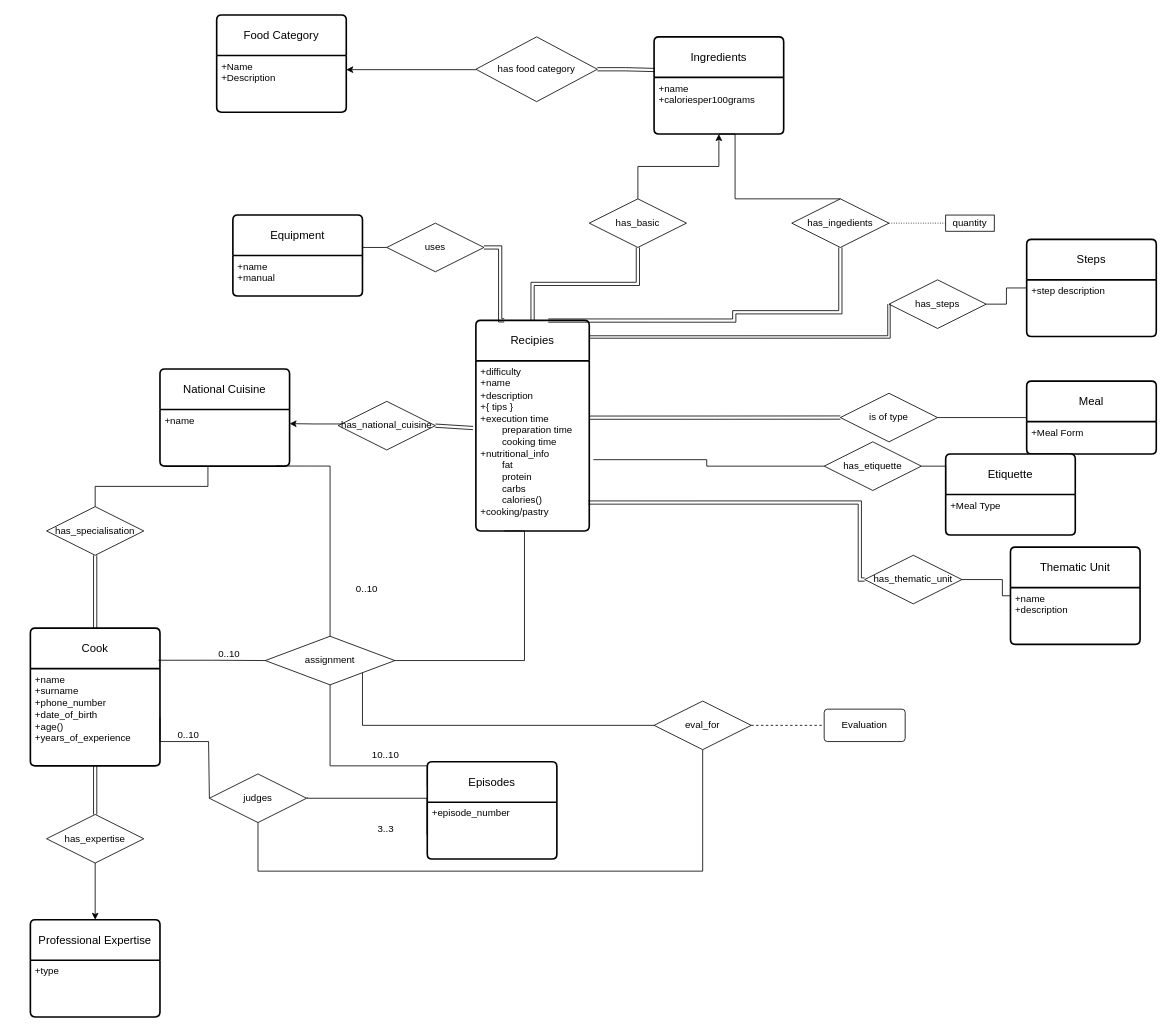
This is Schemata/ER_Diagram.drawio from konstantinosk31/Databases-I-NTUA, a draw.io file, before an edit. Source tidied: cells renumbered, new cells numbered last; positions are measured from the earlier drawing's top-left corner, leaving out a move shared by most shapes. Both pictures are drawn from the tidied source at 81%, with x=0, y=0 at pixel (30, 15).
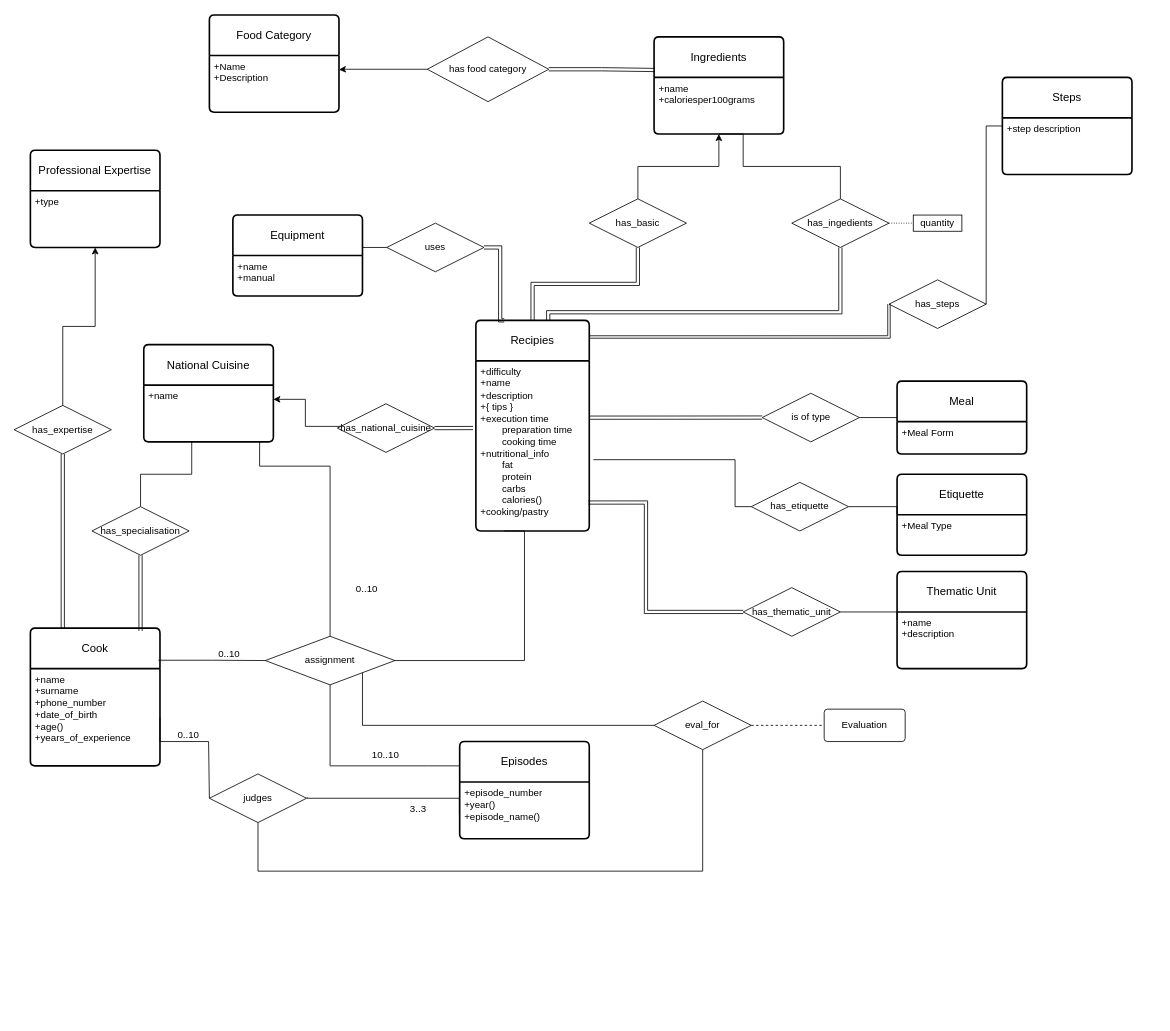
After the change.

Commit message (it also covers changes not shown here):
Removed old ER diagram

Unchanged cells that the change refers to:
```xml
<mxCell id="2" value="Recipies" style="swimlane;horizontal=1;startSize=50;rounded=1;fontSize=14;fontStyle=0;strokeWidth=2;shadow=0;dashed=0;align=center;arcSize=4;whiteSpace=wrap;html=1;" parent="1" vertex="1">
  <mxGeometry x="550" y="377" width="140" height="260" as="geometry" />
</mxCell>
<mxCell id="3" value="&lt;div&gt;+difficulty&lt;/div&gt;&lt;div&gt;+name&lt;/div&gt;&lt;div&gt;+description&lt;/div&gt;&lt;div&gt;+{ tips }&lt;br&gt;&lt;/div&gt;&lt;div&gt;+execution time&lt;/div&gt;&lt;div&gt;&lt;span style=&quot;white-space: pre;&quot;&gt;&#9;&lt;/span&gt;preparation time&lt;br&gt;&lt;/div&gt;&lt;div&gt;&lt;span style=&quot;white-space: pre;&quot;&gt;&#9;&lt;/span&gt;cooking time&lt;br&gt;&lt;/div&gt;&lt;div&gt;+nutritional_info&lt;/div&gt;&lt;div&gt;&lt;span style=&quot;white-space: pre;&quot;&gt;&#9;&lt;/span&gt;fat&lt;br&gt;&lt;/div&gt;&lt;div&gt;&lt;span style=&quot;white-space: pre;&quot;&gt;&lt;span style=&quot;white-space: pre;&quot;&gt;&#9;&lt;/span&gt;protein&#9;&lt;/span&gt;&lt;/div&gt;&lt;div&gt;&lt;span style=&quot;white-space: pre;&quot;&gt;&#9;&lt;/span&gt;carbs&lt;br&gt;&lt;/div&gt;&lt;div&gt;&lt;span style=&quot;white-space: pre;&quot;&gt;&#9;&lt;/span&gt;calories()&lt;br&gt;&lt;/div&gt;&lt;div&gt;+cooking/pastry&lt;/div&gt;" style="align=left;strokeColor=none;fillColor=none;spacingLeft=4;fontSize=12;verticalAlign=top;html=1;" parent="2" vertex="1">
  <mxGeometry y="50" width="140" height="210" as="geometry" />
</mxCell>
<mxCell id="15" value="has_steps" style="shape=rhombus;perimeter=rhombusPerimeter;whiteSpace=wrap;html=1;align=center;" parent="1" vertex="1">
  <mxGeometry x="1060" y="327" width="120" height="60" as="geometry" />
</mxCell>
<mxCell id="21" value="+name&lt;div&gt;+caloriesper100grams&lt;/div&gt;" style="align=left;strokeColor=none;fillColor=none;spacingLeft=4;fontSize=12;verticalAlign=top;html=1;" parent="20" vertex="1">
  <mxGeometry y="50" width="160" height="70" as="geometry" />
</mxCell>
<mxCell id="22" value="has_ingedients" style="shape=rhombus;perimeter=rhombusPerimeter;whiteSpace=wrap;html=1;align=center;" parent="1" vertex="1">
  <mxGeometry x="940" y="227" width="120" height="60" as="geometry" />
</mxCell>
<mxCell id="35" value="Cook" style="swimlane;horizontal=1;startSize=50;rounded=1;fontSize=14;fontStyle=0;strokeWidth=2;shadow=0;dashed=0;align=center;arcSize=4;whiteSpace=wrap;html=1;" parent="1" vertex="1">
  <mxGeometry y="757" width="160" height="170" as="geometry" />
</mxCell>
<mxCell id="36" value="+name&lt;div&gt;+surname&lt;/div&gt;&lt;div&gt;+phone_number&lt;/div&gt;&lt;div&gt;+date_of_birth&lt;/div&gt;&lt;div&gt;+age()&lt;/div&gt;&lt;div&gt;+years_of_experience&lt;/div&gt;" style="align=left;strokeColor=none;fillColor=none;spacingLeft=4;fontSize=12;verticalAlign=top;html=1;" parent="35" vertex="1">
  <mxGeometry y="50" width="160" height="120" as="geometry" />
</mxCell>
<mxCell id="38" value="+name" style="align=left;strokeColor=none;fillColor=none;spacingLeft=4;fontSize=12;verticalAlign=top;html=1;" parent="37" vertex="1">
  <mxGeometry y="50" width="160" height="70" as="geometry" />
</mxCell>
<mxCell id="46" value="+type" style="align=left;strokeColor=none;fillColor=none;spacingLeft=4;fontSize=12;verticalAlign=top;html=1;" parent="45" vertex="1">
  <mxGeometry y="50" width="160" height="70" as="geometry" />
</mxCell>
```

Diff of the diagram source:
```diff
@@
     <mxCell id="4" value="Meal" style="swimlane;horizontal=1;startSize=50;rounded=1;fontSize=14;fontStyle=0;strokeWidth=2;shadow=0;dashed=0;align=center;arcSize=4;whiteSpace=wrap;html=1;" parent="1" vertex="1">
-      <mxGeometry x="1230" y="452" width="160" height="90" as="geometry" />
+      <mxGeometry x="1070" y="452" width="160" height="90" as="geometry" />
     </mxCell>
@@
     <mxCell id="6" value="is of type" style="shape=rhombus;perimeter=rhombusPerimeter;whiteSpace=wrap;html=1;align=center;" parent="1" vertex="1">
-      <mxGeometry x="1000" y="467" width="120" height="60" as="geometry" />
+      <mxGeometry x="903.5" y="467" width="120" height="60" as="geometry" />
     </mxCell>
@@
     <mxCell id="12" value="Steps" style="swimlane;horizontal=1;startSize=50;rounded=1;fontSize=14;fontStyle=0;strokeWidth=2;shadow=0;dashed=0;align=center;arcSize=4;whiteSpace=wrap;html=1;" parent="1" vertex="1">
-      <mxGeometry x="1230" y="277" width="160" height="120" as="geometry" />
+      <mxGeometry x="1200" y="77" width="160" height="120" as="geometry" />
     </mxCell>
@@
     <mxCell id="16" style="endArrow=none;html=1;rounded=0;entryX=0;entryY=0.5;entryDx=0;entryDy=0;exitX=1;exitY=0.5;exitDx=0;exitDy=0;edgeStyle=orthogonalEdgeStyle;" parent="1" edge="1" source="15" target="12">
-      <mxGeometry relative="1" as="geometry" />
+      <mxGeometry relative="1" as="geometry">
+        <Array as="points">
+          <mxPoint x="1180" y="137" />
+        </Array>
+      </mxGeometry>
     </mxCell>
@@
     <mxCell id="23" style="endArrow=none;html=1;rounded=0;edgeStyle=orthogonalEdgeStyle;exitX=0.5;exitY=1;exitDx=0;exitDy=0;entryX=0.638;entryY=0.001;entryDx=0;entryDy=0;entryPerimeter=0;shape=link;" parent="1" edge="1" source="22" target="2">
       <mxGeometry relative="1" as="geometry">
         <Array as="points">
           <mxPoint x="1000" y="367" />
-          <mxPoint x="869" y="367" />
+          <mxPoint x="639" y="367" />
         </Array>
       </mxGeometry>
     </mxCell>
     <mxCell id="24" style="endArrow=none;html=1;rounded=0;exitX=0.5;exitY=1;exitDx=0;exitDy=0;entryX=0.5;entryY=0;entryDx=0;entryDy=0;edgeStyle=orthogonalEdgeStyle;" parent="1" edge="1" source="21" target="22">
       <mxGeometry relative="1" as="geometry">
         <Array as="points">
-          <mxPoint x="870" y="147" />
+          <mxPoint x="880" y="147" />
+          <mxPoint x="880" y="187" />
+          <mxPoint x="1000" y="187" />
         </Array>
       </mxGeometry>
     </mxCell>
@@
     <mxCell id="26" value="quantity" style="rounded=0;whiteSpace=wrap;html=1;" parent="1" vertex="1">
-      <mxGeometry x="1130" y="247" width="60" height="20" as="geometry" />
+      <mxGeometry x="1090" y="247" width="60" height="20" as="geometry" />
     </mxCell>
     <mxCell id="27" value="Food Category" style="swimlane;horizontal=1;startSize=50;rounded=1;fontSize=14;fontStyle=0;strokeWidth=2;shadow=0;dashed=0;align=center;arcSize=4;whiteSpace=wrap;html=1;" parent="1" vertex="1">
-      <mxGeometry x="230" width="160" height="120" as="geometry" />
+      <mxGeometry x="221" width="160" height="120" as="geometry" />
     </mxCell>
@@
     <mxCell id="30" value="has food category" style="shape=rhombus;perimeter=rhombusPerimeter;whiteSpace=wrap;html=1;align=center;" parent="1" vertex="1">
-      <mxGeometry x="550" y="27" width="150" height="80" as="geometry" />
+      <mxGeometry x="490" y="27" width="150" height="80" as="geometry" />
     </mxCell>
@@
     <mxCell id="37" value="National Cuisine" style="swimlane;horizontal=1;startSize=50;rounded=1;fontSize=14;fontStyle=0;strokeWidth=2;shadow=0;dashed=0;align=center;arcSize=4;whiteSpace=wrap;html=1;" parent="1" vertex="1">
-      <mxGeometry x="160" y="437" width="160" height="120" as="geometry" />
+      <mxGeometry x="140" y="407" width="160" height="120" as="geometry" />
     </mxCell>
@@
-    <mxCell id="39" style="edgeStyle=orthogonalEdgeStyle;rounded=0;jettySize=auto;html=1;entryX=1;entryY=0.25;entryDx=0;entryDy=0;exitX=0.086;exitY=0.465;exitDx=0;exitDy=0;exitPerimeter=0;" parent="1" edge="1" source="40" target="38">
+    <mxCell id="39" style="rounded=0;jettySize=auto;html=1;entryX=1;entryY=0.25;entryDx=0;entryDy=0;exitX=0.086;exitY=0.465;exitDx=0;exitDy=0;exitPerimeter=0;edgeStyle=orthogonalEdgeStyle;" parent="1" edge="1" source="40" target="38">
       <mxGeometry relative="1" as="geometry" />
     </mxCell>
     <mxCell id="40" value="has_national_cuisine" style="shape=rhombus;perimeter=rhombusPerimeter;whiteSpace=wrap;html=1;align=center;" parent="1" vertex="1">
-      <mxGeometry x="380" y="477" width="120" height="60" as="geometry" />
+      <mxGeometry x="379" y="480" width="120" height="60" as="geometry" />
     </mxCell>
@@
     <mxCell id="42" value="has_specialisation" style="shape=rhombus;perimeter=rhombusPerimeter;whiteSpace=wrap;html=1;align=center;" parent="1" vertex="1">
-      <mxGeometry x="20" y="607" width="120" height="60" as="geometry" />
+      <mxGeometry x="76" y="607" width="120" height="60" as="geometry" />
     </mxCell>
-    <mxCell id="43" style="endArrow=none;html=1;rounded=0;exitX=0.5;exitY=0;exitDx=0;exitDy=0;entryX=0.5;entryY=1;entryDx=0;entryDy=0;shape=link;" parent="1" edge="1" source="35" target="42">
+    <mxCell id="43" style="endArrow=none;html=1;rounded=0;exitX=0.85;exitY=0.02;exitDx=0;exitDy=0;entryX=0.5;entryY=1;entryDx=0;entryDy=0;shape=link;exitPerimeter=0;" parent="1" edge="1" source="35" target="42">
       <mxGeometry relative="1" as="geometry" />
     </mxCell>
@@
     <mxCell id="45" value="Professional Expertise" style="swimlane;horizontal=1;startSize=50;rounded=1;fontSize=14;fontStyle=0;strokeWidth=2;shadow=0;dashed=0;align=center;arcSize=4;whiteSpace=wrap;html=1;" parent="1" vertex="1">
-      <mxGeometry y="1117" width="160" height="120" as="geometry" />
+      <mxGeometry y="167" width="160" height="120" as="geometry" />
     </mxCell>
@@
-    <mxCell id="47" style="edgeStyle=orthogonalEdgeStyle;rounded=0;jettySize=auto;html=1;exitX=0.5;exitY=1;exitDx=0;exitDy=0;entryX=0.5;entryY=0;entryDx=0;entryDy=0;" parent="1" edge="1" source="48" target="45">
-      <mxGeometry relative="1" as="geometry">
-        <Array as="points">
-          <mxPoint x="80" y="1117" />
-          <mxPoint x="80" y="1117" />
-        </Array>
-      </mxGeometry>
+    <mxCell id="47" style="rounded=0;jettySize=auto;html=1;exitX=0.5;exitY=0;exitDx=0;exitDy=0;entryX=0.5;entryY=1;entryDx=0;entryDy=0;edgeStyle=orthogonalEdgeStyle;" parent="1" edge="1" source="48" target="46">
+      <mxGeometry relative="1" as="geometry" />
     </mxCell>
     <mxCell id="48" value="has_expertise" style="shape=rhombus;perimeter=rhombusPerimeter;whiteSpace=wrap;html=1;align=center;" parent="1" vertex="1">
-      <mxGeometry x="20" y="987" width="120" height="60" as="geometry" />
+      <mxGeometry x="-20" y="482" width="120" height="60" as="geometry" />
     </mxCell>
-    <mxCell id="49" style="endArrow=none;html=1;rounded=0;exitX=0.5;exitY=1;exitDx=0;exitDy=0;entryX=0.5;entryY=0;entryDx=0;entryDy=0;shape=link;" parent="1" edge="1" source="36" target="48">
+    <mxCell id="49" style="endArrow=none;html=1;rounded=0;exitX=0.25;exitY=0;exitDx=0;exitDy=0;shape=link;entryX=0.5;entryY=1;entryDx=0;entryDy=0;" parent="1" edge="1" source="35" target="48">
       <mxGeometry relative="1" as="geometry" />
     </mxCell>
     <mxCell id="50" value="Episodes" style="swimlane;horizontal=1;startSize=50;rounded=1;fontSize=14;fontStyle=0;strokeWidth=2;shadow=0;dashed=0;align=center;arcSize=4;whiteSpace=wrap;html=1;" parent="1" vertex="1">
-      <mxGeometry x="490" y="922" width="160" height="120" as="geometry" />
+      <mxGeometry x="530" y="897" width="160" height="120" as="geometry" />
     </mxCell>
-    <mxCell id="51" value="+episode_number" style="align=left;strokeColor=none;fillColor=none;spacingLeft=4;fontSize=12;verticalAlign=top;html=1;" parent="50" vertex="1">
+    <mxCell id="51" value="&lt;div&gt;+episode_number&lt;/div&gt;&lt;div&gt;+year()&lt;br&gt;+episode_name()&lt;br&gt;&lt;/div&gt;" style="align=left;strokeColor=none;fillColor=none;spacingLeft=4;fontSize=12;verticalAlign=top;html=1;" parent="50" vertex="1">
       <mxGeometry y="50" width="160" height="70" as="geometry" />
     </mxCell>
@@
     <mxCell id="65" value="Etiquette" style="swimlane;horizontal=1;startSize=50;rounded=1;fontSize=14;fontStyle=0;strokeWidth=2;shadow=0;dashed=0;align=center;arcSize=4;whiteSpace=wrap;html=1;" parent="1" vertex="1">
-      <mxGeometry x="1130" y="542" width="160" height="100" as="geometry" />
+      <mxGeometry x="1070" y="567" width="160" height="100" as="geometry" />
     </mxCell>
@@
     <mxCell id="67" value="has_etiquette" style="shape=rhombus;perimeter=rhombusPerimeter;whiteSpace=wrap;html=1;align=center;" parent="1" vertex="1">
-      <mxGeometry x="980" y="527" width="120" height="60" as="geometry" />
+      <mxGeometry x="890" y="577" width="120" height="60" as="geometry" />
     </mxCell>
@@
     <mxCell id="69" style="endArrow=none;html=1;rounded=0;entryX=0;entryY=0.5;entryDx=0;entryDy=0;exitX=1.036;exitY=0.581;exitDx=0;exitDy=0;exitPerimeter=0;edgeStyle=orthogonalEdgeStyle;" parent="1" edge="1" source="3" target="67">
       <mxGeometry relative="1" as="geometry">
         <Array as="points">
-          <mxPoint x="835" y="549" />
-          <mxPoint x="835" y="557" />
+          <mxPoint x="870" y="549" />
         </Array>
       </mxGeometry>
     </mxCell>
     <mxCell id="70" value="Thematic Unit" style="swimlane;horizontal=1;startSize=50;rounded=1;fontSize=14;fontStyle=0;strokeWidth=2;shadow=0;dashed=0;align=center;arcSize=4;whiteSpace=wrap;html=1;" parent="1" vertex="1">
-      <mxGeometry x="1210" y="657" width="160" height="120" as="geometry" />
+      <mxGeometry x="1070" y="687" width="160" height="120" as="geometry" />
     </mxCell>
@@
     <mxCell id="72" value="has_thematic_unit" style="shape=rhombus;perimeter=rhombusPerimeter;whiteSpace=wrap;html=1;align=center;" parent="1" vertex="1">
-      <mxGeometry x="1030" y="667" width="120" height="60" as="geometry" />
+      <mxGeometry x="880" y="707" width="120" height="60" as="geometry" />
     </mxCell>
     <mxCell id="73" style="endArrow=none;html=1;rounded=0;entryX=1;entryY=0.5;entryDx=0;entryDy=0;exitX=0;exitY=0.5;exitDx=0;exitDy=0;edgeStyle=orthogonalEdgeStyle;" parent="1" edge="1" source="70" target="72">
       <mxGeometry relative="1" as="geometry">
         <Array as="points">
-          <mxPoint x="1200" y="697" />
+          <mxPoint x="1070" y="737" />
         </Array>
       </mxGeometry>
     </mxCell>
     <mxCell id="74" style="endArrow=none;html=1;rounded=0;entryX=0.993;entryY=0.833;entryDx=0;entryDy=0;entryPerimeter=0;shape=link;edgeStyle=orthogonalEdgeStyle;exitX=0;exitY=0.5;exitDx=0;exitDy=0;" parent="1" edge="1" source="72" target="3">
       <mxGeometry relative="1" as="geometry">
         <Array as="points">
-          <mxPoint x="1024" y="602" />
+          <mxPoint x="760" y="737" />
+          <mxPoint x="760" y="602" />
         </Array>
       </mxGeometry>
     </mxCell>
```
